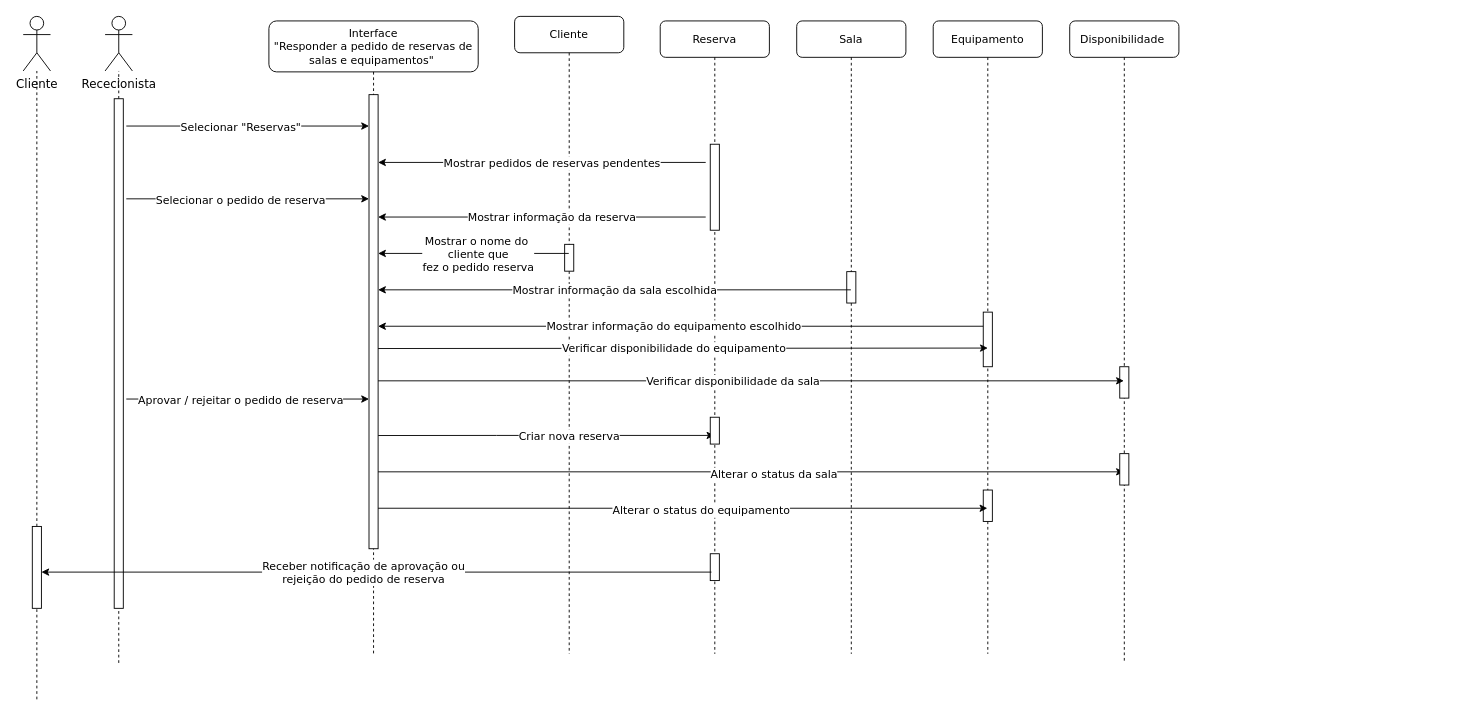
ic3K1ng/Rooms-Equipments keeps this draw.io diagram as page "Diagrama de Sequência 2" (2 of 3) of UMLDiagram.drawio. Above is the earlier version. Source tidied: cells renumbered, new cells numbered last; positions are measured from the earlier drawing's top-left corner, leaving out a move shared by most shapes. Both pictures are drawn from the tidied source at 91%, with x=0, y=0 at pixel (23, 16).
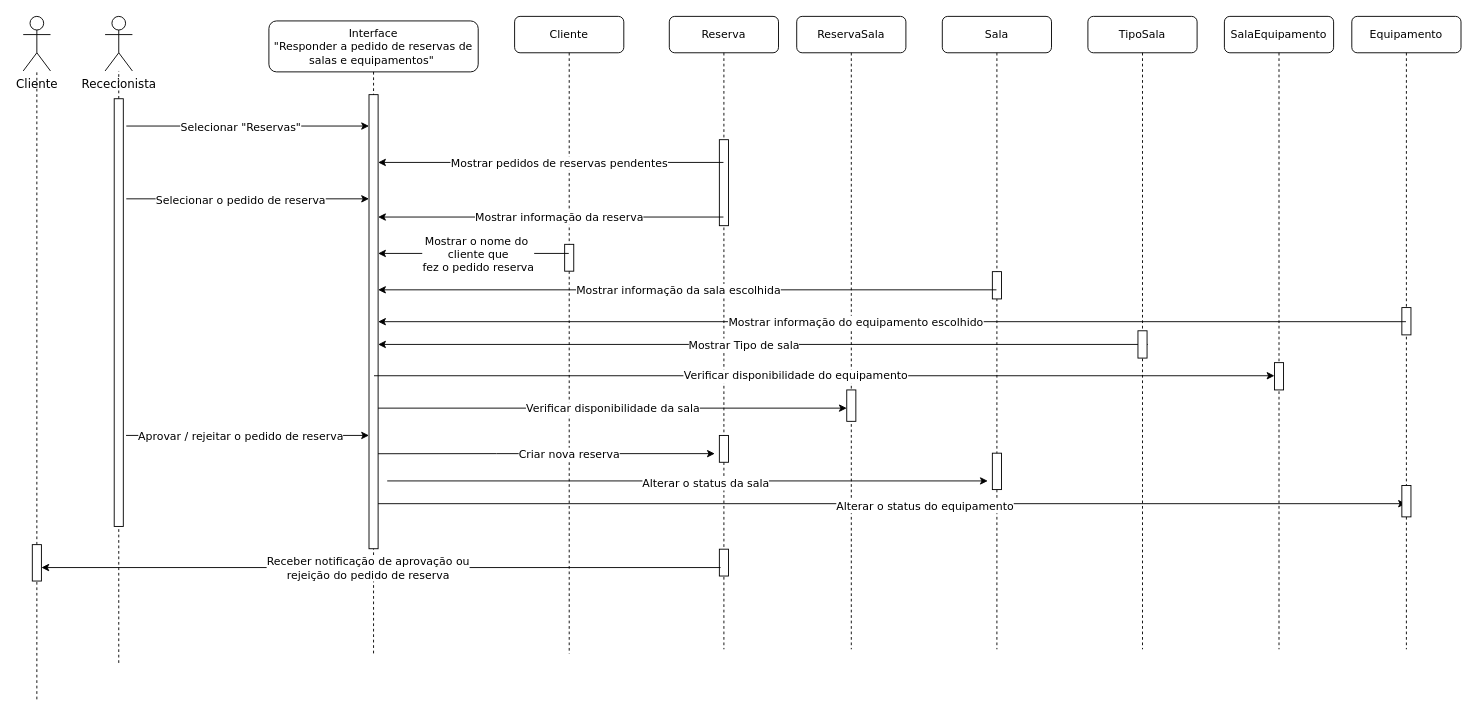
After the change.

Commit message (it also covers changes not shown here):
DS - Reserva de salas e equipamento

Unchanged cells that the change refers to:
```xml
<mxCell id="2" value="Cliente" style="shape=umlLifeline;perimeter=lifelinePerimeter;whiteSpace=wrap;html=1;outlineConnect=0;rounded=1;shadow=0;comic=0;labelBackgroundColor=none;strokeWidth=1;fontFamily=Verdana;fontSize=12;align=center;" parent="1" vertex="1">
  <mxGeometry x="540" y="-0.5" width="120" height="700.5" as="geometry" />
</mxCell>
<mxCell id="6" value="Interface&lt;div style=&quot;font-size: 12px;&quot;&gt;&quot;Responder a pedido de reservas de salas e equipamentos&quot;&amp;nbsp;&lt;/div&gt;" style="shape=umlLifeline;perimeter=lifelinePerimeter;whiteSpace=wrap;html=1;rounded=1;shadow=0;comic=0;labelBackgroundColor=none;strokeWidth=1;fontFamily=Verdana;fontSize=12;align=center;size=56;" parent="1" vertex="1">
  <mxGeometry x="270" y="4.5" width="230" height="695.5" as="geometry" />
</mxCell>
<mxCell id="7" style="html=1;points=[];perimeter=orthogonalPerimeter;rounded=0;shadow=0;comic=0;labelBackgroundColor=none;strokeWidth=1;fontFamily=Verdana;fontSize=12;align=center;" parent="6" vertex="1">
  <mxGeometry x="110" y="81" width="10" height="499" as="geometry" />
</mxCell>
```

Diff of the diagram source:
```diff
@@
-    <mxCell id="4" style="endArrow=classic;html=1;rounded=0;exitX=1.026;exitY=0.388;exitDx=0;exitDy=0;exitPerimeter=0;labelBackgroundColor=none;fontColor=default;startArrow=none;startFill=0;endFill=1;" parent="2" edge="1" target="15">
-      <mxGeometry relative="1" as="geometry">
-        <mxPoint x="-150" y="460.6" as="sourcePoint" />
-        <Array as="points">
-          <mxPoint x="-20" y="460.5" />
-        </Array>
-      </mxGeometry>
-    </mxCell>
-    <mxCell id="5" value="Criar nova reserva" style="edgeLabel;html=1;align=center;verticalAlign=middle;labelBackgroundColor=default;fontColor=default;labelBorderColor=none;textShadow=0;fontSize=12;fontFamily=Verdana;" parent="4" vertex="1">
-      <mxGeometry x="-0.21" y="-1" relative="1" as="geometry">
-        <mxPoint x="64" y="-1" as="offset" />
-      </mxGeometry>
-    </mxCell>
@@
     <mxCell id="12" style="endArrow=classic;html=1;rounded=0;labelBackgroundColor=none;fontColor=default;entryX=-0.333;entryY=0.098;entryDx=0;entryDy=0;entryPerimeter=0;" parent="6" edge="1">
       <mxGeometry relative="1" as="geometry">
-        <mxPoint x="-156.7" y="415.5" as="sourcePoint" />
-        <mxPoint x="110" y="415.5" as="targetPoint" />
+        <mxPoint x="-157" y="455.5" as="sourcePoint" />
+        <mxPoint x="110" y="455.5" as="targetPoint" />
       </mxGeometry>
     </mxCell>
@@
     <mxCell id="15" value="Reserva" style="shape=umlLifeline;perimeter=lifelinePerimeter;whiteSpace=wrap;html=1;outlineConnect=0;rounded=1;shadow=0;comic=0;labelBackgroundColor=none;strokeWidth=1;fontFamily=Verdana;fontSize=12;align=center;" parent="1" vertex="1">
-      <mxGeometry x="700" y="4.5" width="120" height="695.5" as="geometry" />
+      <mxGeometry x="710" y="-0.5" width="120" height="695.5" as="geometry" />
     </mxCell>
@@
-    <mxCell id="17" style="endArrow=none;html=1;rounded=0;exitX=1.429;exitY=0.162;exitDx=0;exitDy=0;exitPerimeter=0;startArrow=classic;startFill=1;endFill=0;" parent="15" edge="1" target="27">
-      <mxGeometry relative="1" as="geometry">
-        <mxPoint x="-310" y="335.5" as="sourcePoint" />
-      </mxGeometry>
-    </mxCell>
-    <mxCell id="18" value="Mostrar informação do equipamento escolhido" style="edgeLabel;html=1;align=center;verticalAlign=middle;fontSize=12;fontFamily=Verdana;" parent="17" vertex="1">
-      <mxGeometry x="-0.13" y="-1" relative="1" as="geometry">
-        <mxPoint x="33" y="-1" as="offset" />
-      </mxGeometry>
-    </mxCell>
     <mxCell id="19" style="html=1;perimeter=orthogonalPerimeter;rounded=0;shadow=0;comic=0;labelBackgroundColor=none;strokeWidth=1;fontFamily=Verdana;fontSize=12;align=center;" parent="15" vertex="1">
-      <mxGeometry x="55" y="435.5" width="10" height="29.5" as="geometry" />
+      <mxGeometry x="55" y="460.5" width="10" height="29.5" as="geometry" />
     </mxCell>
-    <mxCell id="20" style="endArrow=none;html=1;rounded=0;labelBackgroundColor=none;fontColor=default;entryX=1.36;entryY=0.139;entryDx=0;entryDy=0;entryPerimeter=0;startArrow=classic;startFill=1;endFill=0;fontSize=18;" parent="15" edge="1" source="24">
-      <mxGeometry x="-0.02" y="-32" relative="1" as="geometry">
-        <mxPoint x="-310" y="495.5" as="targetPoint" />
-      </mxGeometry>
-    </mxCell>
-    <mxCell id="21" value="&lt;span style=&quot;font-size: 12px;&quot;&gt;Alterar o status da sala&lt;/span&gt;" style="edgeLabel;html=1;align=center;verticalAlign=middle;fontSize=12;fontFamily=Verdana;" parent="20" vertex="1">
-      <mxGeometry x="-0.07" relative="1" as="geometry">
-        <mxPoint x="-4" y="2" as="offset" />
-      </mxGeometry>
-    </mxCell>
@@
-    <mxCell id="24" value="Disponibilidade&amp;nbsp;" style="shape=umlLifeline;perimeter=lifelinePerimeter;whiteSpace=wrap;html=1;outlineConnect=0;rounded=1;shadow=0;comic=0;labelBackgroundColor=none;strokeWidth=1;fontFamily=Verdana;fontSize=12;align=center;" parent="1" vertex="1">
-      <mxGeometry x="1150" y="4.5" width="120" height="705.5" as="geometry" />
-    </mxCell>
-    <mxCell id="25" style="html=1;perimeter=orthogonalPerimeter;rounded=0;shadow=0;comic=0;labelBackgroundColor=none;strokeWidth=1;fontFamily=Verdana;fontSize=12;align=center;" parent="24" vertex="1">
-      <mxGeometry x="55" y="380" width="10" height="34.5" as="geometry" />
-    </mxCell>
-    <mxCell id="26" style="html=1;perimeter=orthogonalPerimeter;rounded=0;shadow=0;comic=0;labelBackgroundColor=none;strokeWidth=1;fontFamily=Verdana;fontSize=12;align=center;" parent="24" vertex="1">
-      <mxGeometry x="55" y="475.5" width="10" height="34.5" as="geometry" />
-    </mxCell>
-    <mxCell id="27" value="Equipamento" style="shape=umlLifeline;perimeter=lifelinePerimeter;whiteSpace=wrap;html=1;outlineConnect=0;rounded=1;shadow=0;comic=0;labelBackgroundColor=none;strokeWidth=1;fontFamily=Verdana;fontSize=12;align=center;" parent="1" vertex="1">
-      <mxGeometry x="1000" y="4.5" width="120" height="695.5" as="geometry" />
+    <mxCell id="27" value="Sala" style="shape=umlLifeline;perimeter=lifelinePerimeter;whiteSpace=wrap;html=1;outlineConnect=0;rounded=1;shadow=0;comic=0;labelBackgroundColor=none;strokeWidth=1;fontFamily=Verdana;fontSize=12;align=center;" parent="1" vertex="1">
+      <mxGeometry x="1010" y="-0.5" width="120" height="695.5" as="geometry" />
     </mxCell>
-    <mxCell id="28" style="html=1;perimeter=orthogonalPerimeter;rounded=0;shadow=0;comic=0;labelBackgroundColor=none;strokeWidth=1;fontFamily=Verdana;fontSize=12;align=center;" parent="27" vertex="1">
-      <mxGeometry x="55" y="320" width="10" height="60" as="geometry" />
-    </mxCell>
     <mxCell id="29" style="html=1;perimeter=orthogonalPerimeter;rounded=0;shadow=0;comic=0;labelBackgroundColor=none;strokeWidth=1;fontFamily=Verdana;fontSize=12;align=center;" parent="27" vertex="1">
-      <mxGeometry x="55" y="515.5" width="10" height="34.5" as="geometry" />
+      <mxGeometry x="55" y="480" width="10" height="40" as="geometry" />
     </mxCell>
+    <mxCell id="55" style="html=1;perimeter=orthogonalPerimeter;rounded=0;shadow=0;comic=0;labelBackgroundColor=none;strokeWidth=1;fontFamily=Verdana;fontSize=12;align=center;" parent="27" vertex="1">
+      <mxGeometry x="55" y="280.5" width="10" height="30" as="geometry" />
+    </mxCell>
+    <mxCell id="56" style="endArrow=none;html=1;rounded=0;startArrow=classic;startFill=1;endFill=0;" parent="27" edge="1">
+      <mxGeometry relative="1" as="geometry">
+        <mxPoint x="-620" y="360.5" as="sourcePoint" />
+        <mxPoint x="225.8" y="360.5" as="targetPoint" />
+      </mxGeometry>
+    </mxCell>
+    <mxCell id="57" value="Mostrar Tipo de sala" style="edgeLabel;html=1;align=center;verticalAlign=middle;fontSize=12;fontFamily=Verdana;" parent="56" vertex="1">
+      <mxGeometry x="-0.13" y="-1" relative="1" as="geometry">
+        <mxPoint x="33" y="-1" as="offset" />
+      </mxGeometry>
+    </mxCell>
@@
     <mxCell id="31" style="html=1;points=[];perimeter=orthogonalPerimeter;rounded=0;shadow=0;comic=0;labelBackgroundColor=none;strokeWidth=1;fontFamily=Verdana;fontSize=12;align=center;" parent="1" vertex="1">
-      <mxGeometry x="100" y="90" width="10" height="560" as="geometry" />
+      <mxGeometry x="100" y="90" width="10" height="470" as="geometry" />
     </mxCell>
-    <mxCell id="32" value="Sala" style="shape=umlLifeline;perimeter=lifelinePerimeter;whiteSpace=wrap;html=1;rounded=1;shadow=0;comic=0;labelBackgroundColor=none;strokeWidth=1;fontFamily=Verdana;fontSize=12;align=center;" parent="1" vertex="1">
-      <mxGeometry x="850" y="4.5" width="120" height="695.5" as="geometry" />
+    <mxCell id="32" value="ReservaSala" style="shape=umlLifeline;perimeter=lifelinePerimeter;whiteSpace=wrap;html=1;rounded=1;shadow=0;comic=0;labelBackgroundColor=none;strokeWidth=1;fontFamily=Verdana;fontSize=12;align=center;" parent="1" vertex="1">
+      <mxGeometry x="850" y="-0.5" width="120" height="695.5" as="geometry" />
     </mxCell>
-    <mxCell id="33" style="html=1;perimeter=orthogonalPerimeter;rounded=0;shadow=0;comic=0;labelBackgroundColor=none;strokeWidth=1;fontFamily=Verdana;fontSize=12;align=center;" parent="32" vertex="1">
-      <mxGeometry x="55" y="275.5" width="10" height="34.5" as="geometry" />
-    </mxCell>
-    <mxCell id="34" style="endArrow=classic;html=1;rounded=0;exitX=1.429;exitY=0.162;exitDx=0;exitDy=0;exitPerimeter=0;startArrow=none;startFill=0;endFill=1;" parent="32" edge="1">
-      <mxGeometry relative="1" as="geometry">
-        <mxPoint x="-460" y="360" as="sourcePoint" />
-        <mxPoint x="210" y="359.5" as="targetPoint" />
-      </mxGeometry>
-    </mxCell>
-    <mxCell id="35" value="Verificar disponibilidade do equipamento" style="edgeLabel;html=1;align=center;verticalAlign=middle;fontSize=12;fontFamily=Verdana;" parent="34" vertex="1">
-      <mxGeometry x="-0.13" y="-1" relative="1" as="geometry">
-        <mxPoint x="33" y="-1" as="offset" />
-      </mxGeometry>
-    </mxCell>
-    <mxCell id="36" style="endArrow=none;html=1;rounded=0;labelBackgroundColor=none;fontColor=default;entryX=1.36;entryY=0.139;entryDx=0;entryDy=0;entryPerimeter=0;startArrow=classic;startFill=1;endFill=0;fontSize=18;" parent="32" edge="1" source="27">
+    <mxCell id="36" style="endArrow=none;html=1;rounded=0;labelBackgroundColor=none;fontColor=default;entryX=1.36;entryY=0.139;entryDx=0;entryDy=0;entryPerimeter=0;startArrow=classic;startFill=1;endFill=0;fontSize=18;" parent="32" edge="1" source="60">
       <mxGeometry x="-0.02" y="-32" relative="1" as="geometry">
         <mxPoint x="-460" y="535.5" as="targetPoint" />
       </mxGeometry>
     </mxCell>
@@
+    <mxCell id="33" style="html=1;perimeter=orthogonalPerimeter;rounded=0;shadow=0;comic=0;labelBackgroundColor=none;strokeWidth=1;fontFamily=Verdana;fontSize=12;align=center;" parent="32" vertex="1">
+      <mxGeometry x="55" y="410.5" width="10" height="34.5" as="geometry" />
+    </mxCell>
+    <mxCell id="20" style="endArrow=none;html=1;rounded=0;labelBackgroundColor=none;fontColor=default;entryX=1.36;entryY=0.139;entryDx=0;entryDy=0;entryPerimeter=0;startArrow=classic;startFill=1;endFill=0;fontSize=18;" parent="32" edge="1">
+      <mxGeometry x="-0.02" y="-32" relative="1" as="geometry">
+        <mxPoint x="210" y="510.5" as="sourcePoint" />
+        <mxPoint x="-450" y="510.5" as="targetPoint" />
+      </mxGeometry>
+    </mxCell>
+    <mxCell id="21" value="&lt;span style=&quot;font-size: 12px;&quot;&gt;Alterar o status da sala&lt;/span&gt;" style="edgeLabel;html=1;align=center;verticalAlign=middle;fontSize=12;fontFamily=Verdana;" parent="20" vertex="1">
+      <mxGeometry x="-0.07" relative="1" as="geometry">
+        <mxPoint x="-4" y="2" as="offset" />
+      </mxGeometry>
+    </mxCell>
@@
-    <mxCell id="39" style="endArrow=none;html=1;rounded=0;exitX=1.429;exitY=0.162;exitDx=0;exitDy=0;exitPerimeter=0;startArrow=classic;startFill=1;endFill=0;" parent="1" edge="1">
+    <mxCell id="39" style="endArrow=none;html=1;rounded=0;exitX=1.429;exitY=0.162;exitDx=0;exitDy=0;exitPerimeter=0;startArrow=classic;startFill=1;endFill=0;" parent="1" edge="1" target="15">
       <mxGeometry relative="1" as="geometry">
         <mxPoint x="390" y="160" as="sourcePoint" />
-        <mxPoint x="750" y="160" as="targetPoint" />
       </mxGeometry>
     </mxCell>
@@
-    <mxCell id="43" style="endArrow=none;html=1;rounded=0;exitX=1.429;exitY=0.162;exitDx=0;exitDy=0;exitPerimeter=0;startArrow=classic;startFill=1;endFill=0;" parent="1" edge="1">
+    <mxCell id="43" style="endArrow=none;html=1;rounded=0;exitX=1.429;exitY=0.162;exitDx=0;exitDy=0;exitPerimeter=0;startArrow=classic;startFill=1;endFill=0;" parent="1" edge="1" target="15">
       <mxGeometry relative="1" as="geometry">
         <mxPoint x="390" y="220" as="sourcePoint" />
-        <mxPoint x="750" y="220" as="targetPoint" />
       </mxGeometry>
     </mxCell>
@@
-    <mxCell id="45" style="endArrow=none;html=1;rounded=0;exitX=1.429;exitY=0.162;exitDx=0;exitDy=0;exitPerimeter=0;startArrow=classic;startFill=1;endFill=0;" parent="1" edge="1">
+    <mxCell id="45" style="endArrow=none;html=1;rounded=0;exitX=1.429;exitY=0.162;exitDx=0;exitDy=0;exitPerimeter=0;startArrow=classic;startFill=1;endFill=0;" parent="1" edge="1" target="27">
       <mxGeometry relative="1" as="geometry">
         <mxPoint x="390" y="300" as="sourcePoint" />
-        <mxPoint x="909.5" y="300" as="targetPoint" />
       </mxGeometry>
     </mxCell>
@@
-    <mxCell id="47" style="endArrow=classic;html=1;rounded=0;exitX=1.429;exitY=0.162;exitDx=0;exitDy=0;exitPerimeter=0;startArrow=none;startFill=0;endFill=1;" parent="1" edge="1">
-      <mxGeometry relative="1" as="geometry">
-        <mxPoint x="390" y="400" as="sourcePoint" />
-        <mxPoint x="1209.5" y="400" as="targetPoint" />
-      </mxGeometry>
-    </mxCell>
-    <mxCell id="48" value="Verificar disponibilidade da sala" style="edgeLabel;html=1;align=center;verticalAlign=middle;fontSize=12;fontFamily=Verdana;" parent="47" vertex="1">
-      <mxGeometry x="-0.13" y="-1" relative="1" as="geometry">
-        <mxPoint x="33" y="-1" as="offset" />
-      </mxGeometry>
-    </mxCell>
@@
     <mxCell id="54" style="html=1;points=[];perimeter=orthogonalPerimeter;rounded=0;shadow=0;comic=0;labelBackgroundColor=none;strokeWidth=1;fontFamily=Verdana;fontSize=12;align=center;" parent="1" vertex="1">
-      <mxGeometry x="10" y="560" width="10" height="90" as="geometry" />
+      <mxGeometry x="10" y="580" width="10" height="40" as="geometry" />
     </mxCell>
+    <mxCell id="58" value="TipoSala" style="shape=umlLifeline;perimeter=lifelinePerimeter;whiteSpace=wrap;html=1;rounded=1;shadow=0;comic=0;labelBackgroundColor=none;strokeWidth=1;fontFamily=Verdana;fontSize=12;align=center;" parent="1" vertex="1">
+      <mxGeometry x="1170" y="-0.5" width="120" height="695.5" as="geometry" />
+    </mxCell>
+    <mxCell id="34" style="endArrow=classic;html=1;rounded=0;exitX=1.429;exitY=0.162;exitDx=0;exitDy=0;exitPerimeter=0;startArrow=none;startFill=0;endFill=1;" parent="58" edge="1">
+      <mxGeometry relative="1" as="geometry">
+        <mxPoint x="-784.5" y="394.9" as="sourcePoint" />
+        <mxPoint x="205" y="394.9" as="targetPoint" />
+      </mxGeometry>
+    </mxCell>
+    <mxCell id="35" value="Verificar disponibilidade do equipamento" style="edgeLabel;html=1;align=center;verticalAlign=middle;fontSize=12;fontFamily=Verdana;" parent="34" vertex="1">
+      <mxGeometry x="-0.13" y="-1" relative="1" as="geometry">
+        <mxPoint x="33" y="-1" as="offset" />
+      </mxGeometry>
+    </mxCell>
+    <mxCell id="59" style="html=1;perimeter=orthogonalPerimeter;rounded=0;shadow=0;comic=0;labelBackgroundColor=none;strokeWidth=1;fontFamily=Verdana;fontSize=12;align=center;" parent="58" vertex="1">
+      <mxGeometry x="55" y="345.5" width="10" height="30" as="geometry" />
+    </mxCell>
+    <mxCell id="60" value="Equipamento" style="shape=umlLifeline;perimeter=lifelinePerimeter;whiteSpace=wrap;html=1;outlineConnect=0;rounded=1;shadow=0;comic=0;labelBackgroundColor=none;strokeWidth=1;fontFamily=Verdana;fontSize=12;align=center;" parent="1" vertex="1">
+      <mxGeometry x="1460" y="-0.5" width="120" height="695.5" as="geometry" />
+    </mxCell>
+    <mxCell id="61" style="html=1;perimeter=orthogonalPerimeter;rounded=0;shadow=0;comic=0;labelBackgroundColor=none;strokeWidth=1;fontFamily=Verdana;fontSize=12;align=center;" parent="60" vertex="1">
+      <mxGeometry x="55" y="320" width="10" height="30" as="geometry" />
+    </mxCell>
+    <mxCell id="62" style="html=1;perimeter=orthogonalPerimeter;rounded=0;shadow=0;comic=0;labelBackgroundColor=none;strokeWidth=1;fontFamily=Verdana;fontSize=12;align=center;" parent="60" vertex="1">
+      <mxGeometry x="55" y="515.5" width="10" height="34.5" as="geometry" />
+    </mxCell>
+    <mxCell id="63" style="endArrow=classic;html=1;rounded=0;exitX=1.429;exitY=0.162;exitDx=0;exitDy=0;exitPerimeter=0;startArrow=none;startFill=0;endFill=1;" parent="1" edge="1">
+      <mxGeometry relative="1" as="geometry">
+        <mxPoint x="390" y="430" as="sourcePoint" />
+        <mxPoint x="905" y="430" as="targetPoint" />
+      </mxGeometry>
+    </mxCell>
+    <mxCell id="48" value="Verificar disponibilidade da sala" style="edgeLabel;html=1;align=center;verticalAlign=middle;fontSize=12;fontFamily=Verdana;" parent="63" vertex="1">
+      <mxGeometry x="-0.13" y="-1" relative="1" as="geometry">
+        <mxPoint x="33" y="-1" as="offset" />
+      </mxGeometry>
+    </mxCell>
+    <mxCell id="64" value="SalaEquipamento" style="shape=umlLifeline;perimeter=lifelinePerimeter;whiteSpace=wrap;html=1;rounded=1;shadow=0;comic=0;labelBackgroundColor=none;strokeWidth=1;fontFamily=Verdana;fontSize=12;align=center;" parent="1" vertex="1">
+      <mxGeometry x="1320" y="-0.5" width="120" height="695.5" as="geometry" />
+    </mxCell>
+    <mxCell id="65" style="html=1;perimeter=orthogonalPerimeter;rounded=0;shadow=0;comic=0;labelBackgroundColor=none;strokeWidth=1;fontFamily=Verdana;fontSize=12;align=center;" parent="64" vertex="1">
+      <mxGeometry x="55" y="380.5" width="10" height="30" as="geometry" />
+    </mxCell>
+    <mxCell id="17" style="endArrow=none;html=1;rounded=0;exitX=1;exitY=0.5;exitDx=0;exitDy=0;exitPerimeter=0;startArrow=classic;startFill=1;endFill=0;" parent="1" edge="1" source="7" target="60">
+      <mxGeometry relative="1" as="geometry" />
+    </mxCell>
+    <mxCell id="18" value="Mostrar informação do equipamento escolhido" style="edgeLabel;html=1;align=center;verticalAlign=middle;fontSize=12;fontFamily=Verdana;" parent="17" vertex="1">
+      <mxGeometry x="-0.13" y="-1" relative="1" as="geometry">
+        <mxPoint x="33" y="-1" as="offset" />
+      </mxGeometry>
+    </mxCell>
+    <mxCell id="4" style="endArrow=classic;html=1;rounded=0;exitX=1.026;exitY=0.388;exitDx=0;exitDy=0;exitPerimeter=0;labelBackgroundColor=none;fontColor=default;startArrow=none;startFill=0;endFill=1;" parent="1" edge="1">
+      <mxGeometry relative="1" as="geometry">
+        <mxPoint x="390" y="480.1" as="sourcePoint" />
+        <mxPoint x="760" y="480" as="targetPoint" />
+        <Array as="points">
+          <mxPoint x="520" y="480" />
+        </Array>
+      </mxGeometry>
+    </mxCell>
+    <mxCell id="5" value="Criar nova reserva" style="edgeLabel;html=1;align=center;verticalAlign=middle;labelBackgroundColor=default;fontColor=default;labelBorderColor=none;textShadow=0;fontSize=12;fontFamily=Verdana;" parent="4" vertex="1">
+      <mxGeometry x="-0.21" y="-1" relative="1" as="geometry">
+        <mxPoint x="64" y="-1" as="offset" />
+      </mxGeometry>
+    </mxCell>
```
